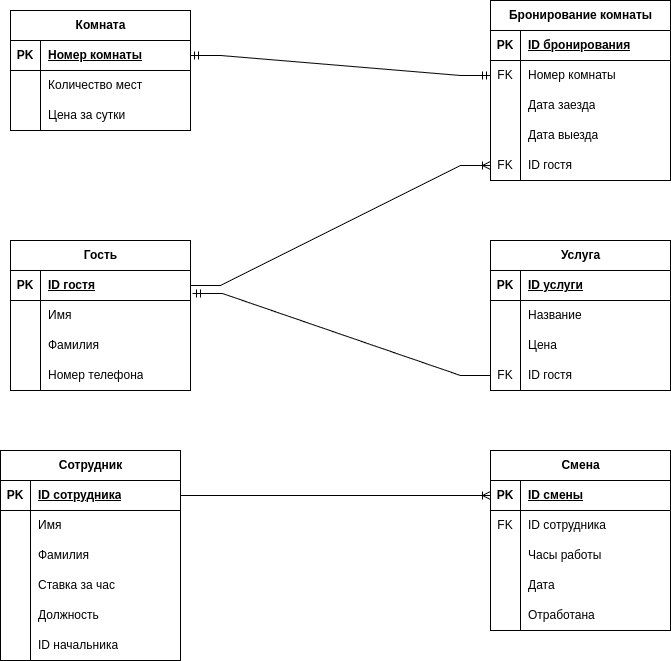
Before: project/ER.drawio.png, a diagram exported from draw.io (arinazzz/DBMS). Source tidied: cells renumbered, new cells last; positions are measured from the earlier drawing's top-left corner, leaving out a move shared by most shapes.
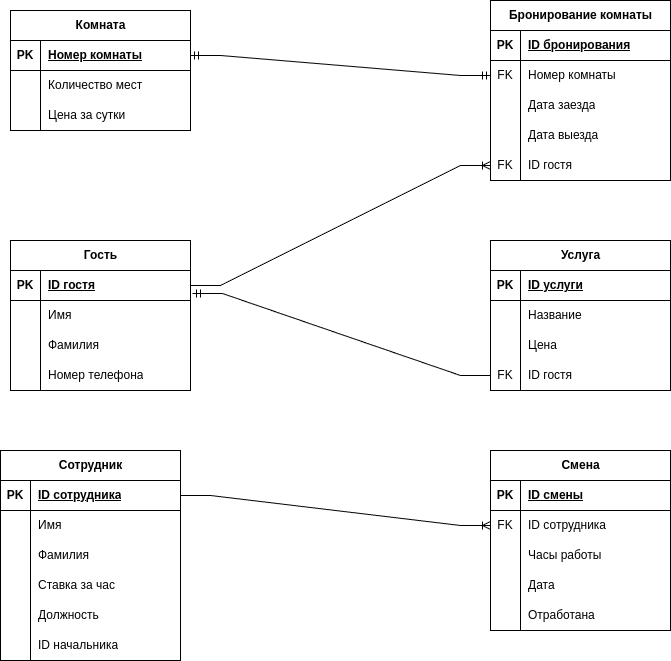
After the change.

The edit, as a diff of the source:
```diff
@@ -266,7 +266,7 @@
     <mxCell id="89" style="edgeStyle=entityRelationEdgeStyle;fontSize=12;html=1;endArrow=ERoneToMany;rounded=0;exitX=1;exitY=0.5;exitDx=0;exitDy=0;entryX=0;entryY=0.5;entryDx=0;entryDy=0;" parent="1" edge="1" source="3" target="76">
       <mxGeometry relative="1" as="geometry" />
     </mxCell>
-    <mxCell id="90" style="edgeStyle=entityRelationEdgeStyle;fontSize=12;html=1;endArrow=ERoneToMany;rounded=0;exitX=1;exitY=0.5;exitDx=0;exitDy=0;entryX=0;entryY=0.5;entryDx=0;entryDy=0;" parent="1" edge="1" source="29" target="48">
+    <mxCell id="90" style="edgeStyle=entityRelationEdgeStyle;fontSize=12;html=1;endArrow=ERoneToMany;rounded=0;exitX=1;exitY=0.5;exitDx=0;exitDy=0;entryX=0;entryY=0.5;entryDx=0;entryDy=0;" parent="1" edge="1" source="29" target="51">
       <mxGeometry relative="1" as="geometry" />
     </mxCell>
     <mxCell id="91" style="edgeStyle=entityRelationEdgeStyle;fontSize=12;html=1;endArrow=ERmandOne;rounded=0;exitX=0;exitY=0.5;exitDx=0;exitDy=0;entryX=1.011;entryY=0.767;entryDx=0;entryDy=0;entryPerimeter=0;" parent="1" edge="1" source="25" target="3">
```
